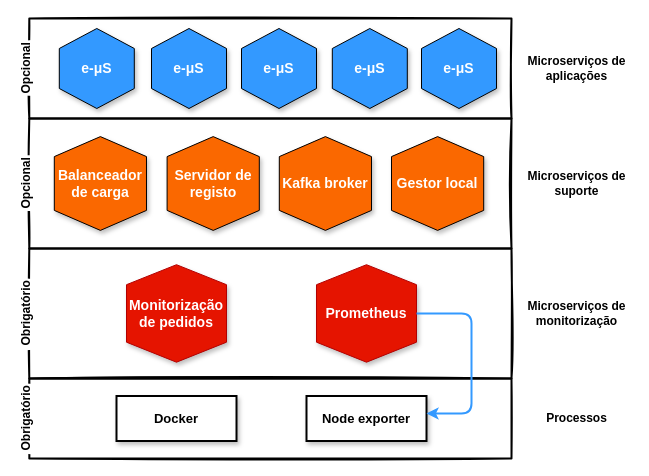
The draw.io diagram node.drawio in danielfct/master-thesis, before the edit. Source tidied: cells renumbered, new cells numbered last; positions are measured from the earlier drawing's top-left corner, leaving out a move shared by most shapes. Both pictures are drawn from the tidied source at 100%, with x=0, y=0 at pixel (-9, 18).
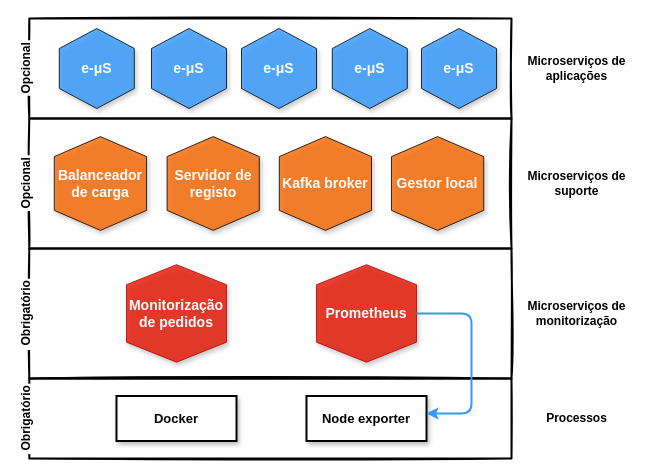
The same diagram, later.

Change to the diagram source:
```diff
@@
-    <mxCell id="3" value="&lt;b style=&quot;color: rgb(255 , 255 , 255) ; font-family: &amp;#34;arial&amp;#34; , sans-serif ; font-size: 14px ; text-align: left&quot;&gt;e-μS&lt;/b&gt;" style="shape=hexagon;perimeter=hexagonPerimeter2;whiteSpace=wrap;html=1;fixedSize=1;shadow=1;sketch=0;strokeWidth=1;gradientColor=none;direction=south;fillColor=#3399FF;" parent="1" vertex="1">
+    <mxCell id="3" value="&lt;b style=&quot;color: rgb(255 , 255 , 255) ; font-family: &amp;#34;arial&amp;#34; , sans-serif ; font-size: 14px ; text-align: left&quot;&gt;e-μS&lt;/b&gt;" style="shape=hexagon;perimeter=hexagonPerimeter2;whiteSpace=wrap;html=1;fixedSize=1;shadow=1;sketch=0;strokeWidth=1;direction=south;fillColor=#3399FF;opacity=80;" parent="1" vertex="1">
       <mxGeometry x="67.8" y="10" width="75" height="80" as="geometry" />
     </mxCell>
@@
-    <mxCell id="6" value="&lt;b style=&quot;color: rgb(255 , 255 , 255) ; font-family: &amp;#34;arial&amp;#34; , sans-serif ; font-size: 14px ; text-align: left&quot;&gt;e-μS&lt;/b&gt;" style="shape=hexagon;perimeter=hexagonPerimeter2;whiteSpace=wrap;html=1;fixedSize=1;shadow=1;sketch=0;strokeWidth=1;gradientColor=none;direction=south;fillColor=#3399FF;" parent="1" vertex="1">
+    <mxCell id="6" value="&lt;b style=&quot;color: rgb(255 , 255 , 255) ; font-family: &amp;#34;arial&amp;#34; , sans-serif ; font-size: 14px ; text-align: left&quot;&gt;e-μS&lt;/b&gt;" style="shape=hexagon;perimeter=hexagonPerimeter2;whiteSpace=wrap;html=1;fixedSize=1;shadow=1;sketch=0;strokeWidth=1;gradientColor=none;direction=south;fillColor=#3399FF;opacity=80;" parent="1" vertex="1">
       <mxGeometry x="160" y="10" width="75" height="80" as="geometry" />
     </mxCell>
-    <mxCell id="7" value="&lt;b style=&quot;color: rgb(255 , 255 , 255) ; font-family: &amp;#34;arial&amp;#34; , sans-serif ; font-size: 14px ; text-align: left&quot;&gt;e-μS&lt;/b&gt;" style="shape=hexagon;perimeter=hexagonPerimeter2;whiteSpace=wrap;html=1;fixedSize=1;shadow=1;sketch=0;strokeWidth=1;gradientColor=none;direction=south;fillColor=#3399FF;" parent="1" vertex="1">
+    <mxCell id="7" value="&lt;b style=&quot;color: rgb(255 , 255 , 255) ; font-family: &amp;#34;arial&amp;#34; , sans-serif ; font-size: 14px ; text-align: left&quot;&gt;e-μS&lt;/b&gt;" style="shape=hexagon;perimeter=hexagonPerimeter2;whiteSpace=wrap;html=1;fixedSize=1;shadow=1;sketch=0;strokeWidth=1;gradientColor=none;direction=south;fillColor=#3399FF;opacity=80;" parent="1" vertex="1">
       <mxGeometry x="250" y="10" width="75" height="80" as="geometry" />
     </mxCell>
-    <mxCell id="8" value="&lt;b style=&quot;color: rgb(255 , 255 , 255) ; font-family: &amp;#34;arial&amp;#34; , sans-serif ; font-size: 14px ; text-align: left&quot;&gt;e-μS&lt;/b&gt;" style="shape=hexagon;perimeter=hexagonPerimeter2;whiteSpace=wrap;html=1;fixedSize=1;shadow=1;sketch=0;strokeWidth=1;gradientColor=none;direction=south;fillColor=#3399FF;" parent="1" vertex="1">
+    <mxCell id="8" value="&lt;b style=&quot;color: rgb(255 , 255 , 255) ; font-family: &amp;#34;arial&amp;#34; , sans-serif ; font-size: 14px ; text-align: left&quot;&gt;e-μS&lt;/b&gt;" style="shape=hexagon;perimeter=hexagonPerimeter2;whiteSpace=wrap;html=1;fixedSize=1;shadow=1;sketch=0;strokeWidth=1;gradientColor=none;direction=south;fillColor=#3399FF;opacity=80;" parent="1" vertex="1">
       <mxGeometry x="340.8" y="10" width="75" height="80" as="geometry" />
     </mxCell>
@@
-    <mxCell id="10" value="&lt;b style=&quot;color: rgb(255 , 255 , 255) ; font-family: &amp;#34;arial&amp;#34; , sans-serif ; font-size: 14px ; text-align: left&quot;&gt;Balanceador de carga&lt;/b&gt;" style="shape=hexagon;perimeter=hexagonPerimeter2;whiteSpace=wrap;html=1;fixedSize=1;shadow=1;sketch=0;strokeWidth=1;direction=south;fillColor=#fa6800;fontColor=#ffffff;" parent="1" vertex="1">
+    <mxCell id="10" value="&lt;b style=&quot;color: rgb(255 , 255 , 255) ; font-family: &amp;#34;arial&amp;#34; , sans-serif ; font-size: 14px ; text-align: left&quot;&gt;Balanceador de carga&lt;/b&gt;" style="shape=hexagon;perimeter=hexagonPerimeter2;whiteSpace=wrap;html=1;fixedSize=1;shadow=1;sketch=0;strokeWidth=1;direction=south;fillColor=#fa6800;fontColor=#ffffff;opacity=80;" parent="1" vertex="1">
       <mxGeometry x="62.8" y="118.1" width="92.2" height="93.8" as="geometry" />
     </mxCell>
-    <mxCell id="11" value="&lt;b style=&quot;color: rgb(255 , 255 , 255) ; font-family: &amp;#34;arial&amp;#34; , sans-serif ; font-size: 14px ; text-align: left&quot;&gt;Servidor de registo&lt;/b&gt;" style="shape=hexagon;perimeter=hexagonPerimeter2;whiteSpace=wrap;html=1;fixedSize=1;shadow=1;sketch=0;strokeWidth=1;direction=south;fillColor=#fa6800;fontColor=#ffffff;" parent="1" vertex="1">
+    <mxCell id="11" value="&lt;b style=&quot;color: rgb(255 , 255 , 255) ; font-family: &amp;#34;arial&amp;#34; , sans-serif ; font-size: 14px ; text-align: left&quot;&gt;Servidor de registo&lt;/b&gt;" style="shape=hexagon;perimeter=hexagonPerimeter2;whiteSpace=wrap;html=1;fixedSize=1;shadow=1;sketch=0;strokeWidth=1;direction=south;fillColor=#fa6800;fontColor=#ffffff;opacity=80;" parent="1" vertex="1">
       <mxGeometry x="175.6" y="118.1" width="92.2" height="93.8" as="geometry" />
     </mxCell>
-    <mxCell id="12" value="&lt;b style=&quot;color: rgb(255 , 255 , 255) ; font-family: &amp;#34;arial&amp;#34; , sans-serif ; font-size: 14px ; text-align: left&quot;&gt;Kafka broker&lt;/b&gt;" style="shape=hexagon;perimeter=hexagonPerimeter2;whiteSpace=wrap;html=1;fixedSize=1;shadow=1;sketch=0;strokeWidth=1;direction=south;fillColor=#fa6800;fontColor=#ffffff;" parent="1" vertex="1">
+    <mxCell id="12" value="&lt;b style=&quot;color: rgb(255 , 255 , 255) ; font-family: &amp;#34;arial&amp;#34; , sans-serif ; font-size: 14px ; text-align: left&quot;&gt;Kafka broker&lt;/b&gt;" style="shape=hexagon;perimeter=hexagonPerimeter2;whiteSpace=wrap;html=1;fixedSize=1;shadow=1;sketch=0;strokeWidth=1;direction=south;fillColor=#fa6800;fontColor=#ffffff;opacity=80;" parent="1" vertex="1">
       <mxGeometry x="287.8" y="118.1" width="92.2" height="93.8" as="geometry" />
     </mxCell>
@@
-    <mxCell id="15" value="&lt;b style=&quot;color: rgb(255 , 255 , 255) ; font-family: &amp;#34;arial&amp;#34; , sans-serif ; font-size: 14px ; text-align: left&quot;&gt;Monitorização de pedidos&lt;/b&gt;" style="shape=hexagon;perimeter=hexagonPerimeter2;whiteSpace=wrap;html=1;fixedSize=1;shadow=1;sketch=0;strokeWidth=1;direction=south;fillColor=#e51400;fontColor=#ffffff;strokeColor=#B20000;" parent="1" vertex="1">
+    <mxCell id="15" value="&lt;b style=&quot;color: rgb(255 , 255 , 255) ; font-family: &amp;#34;arial&amp;#34; , sans-serif ; font-size: 14px ; text-align: left&quot;&gt;Monitorização de pedidos&lt;/b&gt;" style="shape=hexagon;perimeter=hexagonPerimeter2;whiteSpace=wrap;html=1;fixedSize=1;shadow=1;sketch=0;strokeWidth=1;direction=south;fillColor=#e51400;fontColor=#ffffff;strokeColor=#B20000;opacity=80;" parent="1" vertex="1">
       <mxGeometry x="135" y="246.2" width="100" height="97.5" as="geometry" />
     </mxCell>
@@
-    <mxCell id="18" value="&lt;b style=&quot;color: rgb(255 , 255 , 255) ; font-family: &amp;#34;arial&amp;#34; , sans-serif ; font-size: 14px ; text-align: left&quot;&gt;Prometheus&lt;/b&gt;" style="shape=hexagon;perimeter=hexagonPerimeter2;whiteSpace=wrap;html=1;fixedSize=1;shadow=1;sketch=0;strokeWidth=1;direction=south;fillColor=#e51400;fontColor=#ffffff;strokeColor=#B20000;" parent="1" vertex="1">
+    <mxCell id="18" value="&lt;b style=&quot;color: rgb(255 , 255 , 255) ; font-family: &amp;#34;arial&amp;#34; , sans-serif ; font-size: 14px ; text-align: left&quot;&gt;Prometheus&lt;/b&gt;" style="shape=hexagon;perimeter=hexagonPerimeter2;whiteSpace=wrap;html=1;fixedSize=1;shadow=1;sketch=0;strokeWidth=1;direction=south;fillColor=#e51400;fontColor=#ffffff;strokeColor=#B20000;opacity=80;" parent="1" vertex="1">
       <mxGeometry x="325" y="246.2" width="100" height="97.5" as="geometry" />
     </mxCell>
@@
-    <mxCell id="24" value="&lt;b style=&quot;color: rgb(255 , 255 , 255) ; font-family: &amp;#34;arial&amp;#34; , sans-serif ; font-size: 14px ; text-align: left&quot;&gt;Gestor local&lt;/b&gt;" style="shape=hexagon;perimeter=hexagonPerimeter2;whiteSpace=wrap;html=1;fixedSize=1;shadow=1;sketch=0;strokeWidth=1;direction=south;fillColor=#fa6800;fontColor=#ffffff;" parent="1" vertex="1">
+    <mxCell id="24" value="&lt;b style=&quot;color: rgb(255 , 255 , 255) ; font-family: &amp;#34;arial&amp;#34; , sans-serif ; font-size: 14px ; text-align: left&quot;&gt;Gestor local&lt;/b&gt;" style="shape=hexagon;perimeter=hexagonPerimeter2;whiteSpace=wrap;html=1;fixedSize=1;shadow=1;sketch=0;strokeWidth=1;direction=south;fillColor=#fa6800;fontColor=#ffffff;opacity=80;" parent="1" vertex="1">
       <mxGeometry x="400" y="118.1" width="92.2" height="93.8" as="geometry" />
     </mxCell>
-    <mxCell id="25" value="&lt;b style=&quot;color: rgb(255 , 255 , 255) ; font-family: &amp;#34;arial&amp;#34; , sans-serif ; font-size: 14px ; text-align: left&quot;&gt;e-μS&lt;/b&gt;" style="shape=hexagon;perimeter=hexagonPerimeter2;whiteSpace=wrap;html=1;fixedSize=1;shadow=1;sketch=0;strokeWidth=1;gradientColor=none;direction=south;fillColor=#3399FF;" parent="1" vertex="1">
+    <mxCell id="25" value="&lt;b style=&quot;color: rgb(255 , 255 , 255) ; font-family: &amp;#34;arial&amp;#34; , sans-serif ; font-size: 14px ; text-align: left&quot;&gt;e-μS&lt;/b&gt;" style="shape=hexagon;perimeter=hexagonPerimeter2;whiteSpace=wrap;html=1;fixedSize=1;shadow=1;sketch=0;strokeWidth=1;gradientColor=none;direction=south;fillColor=#3399FF;opacity=80;" parent="1" vertex="1">
       <mxGeometry x="430" y="10" width="75" height="80" as="geometry" />
     </mxCell>
```
